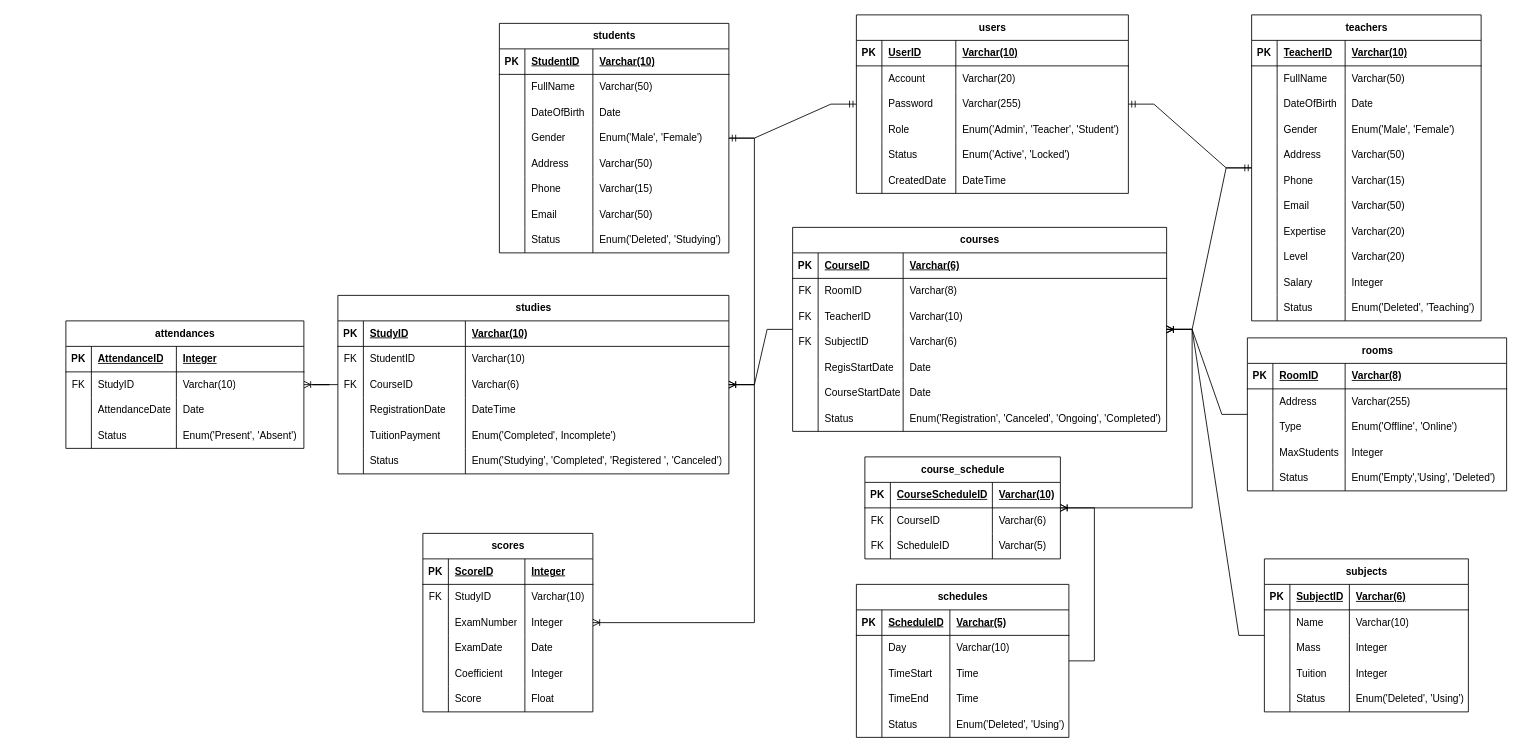
The draw.io diagram page "rdm" (2 of 3) of Describe/ERD.drawio in DatNT12052003/Project-Database-Lab, before the edit. Source tidied: cells renumbered, new cells numbered last; positions are measured from the earlier drawing's top-left corner, leaving out a move shared by most shapes. Both pictures are drawn from the tidied source at 85%, with x=0, y=0 at pixel (65, 14).
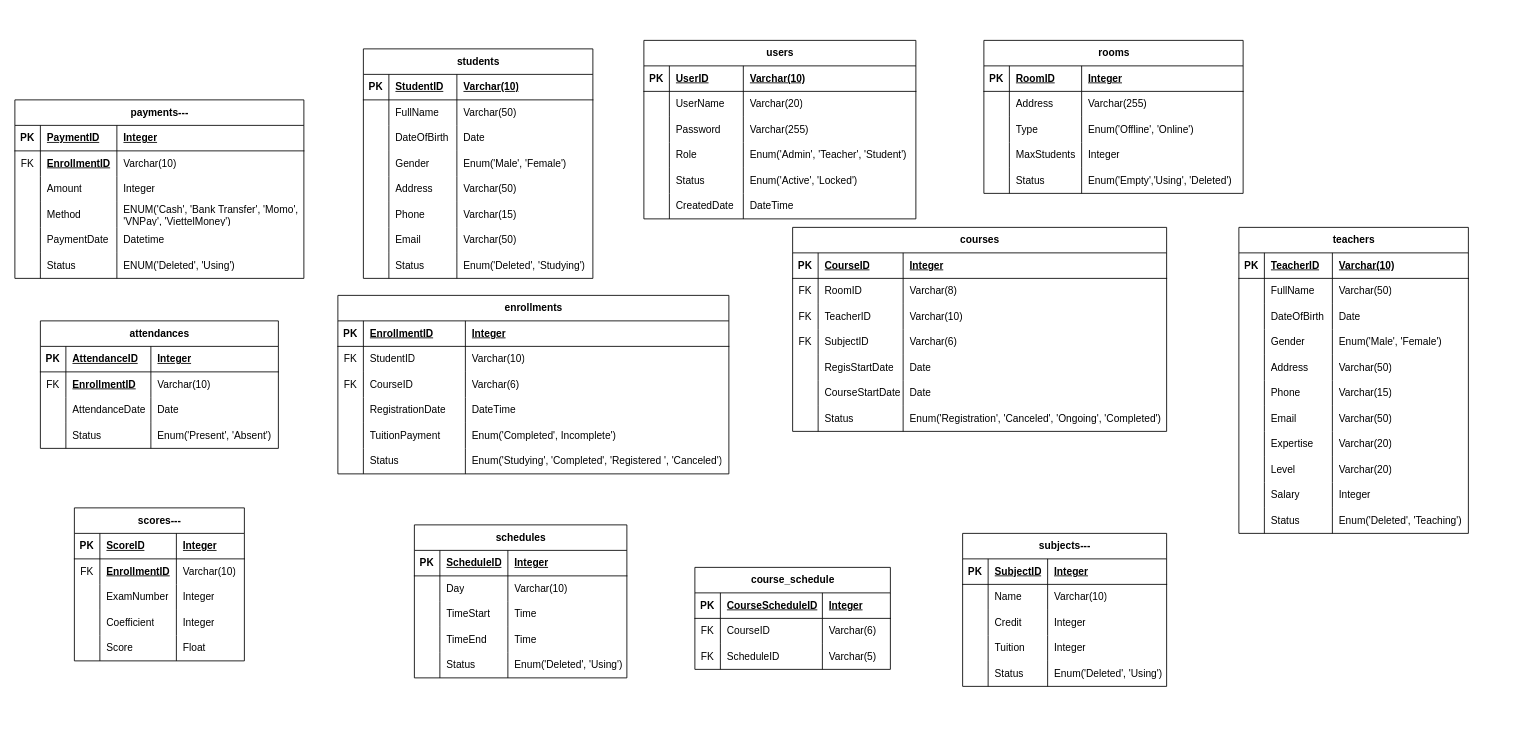
The same page after the edit.

Unchanged cells that the change refers to:
```xml
<mxCell id="80" value="courses" style="shape=table;startSize=30;childLayout=tableLayout;rowLines=0;fontStyle=1;align=center;html=1;" parent="1" vertex="1">
  <mxGeometry x="855" y="250" width="440" height="240" as="geometry" />
</mxCell>
<mxCell id="81" style="shape=tableRow;horizontal=0;startSize=0;swimlaneHead=0;swimlaneBody=0;fillColor=none;top=0;left=0;right=0;bottom=1;" parent="80" vertex="1">
  <mxGeometry y="30" width="440" height="30" as="geometry" />
</mxCell>
<mxCell id="110" style="shape=tableRow;horizontal=0;startSize=0;swimlaneHead=0;swimlaneBody=0;fillColor=none;top=0;left=0;right=0;bottom=1;" parent="109" vertex="1">
  <mxGeometry y="30" width="305" height="30" as="geometry" />
</mxCell>
<mxCell id="131" style="shape=tableRow;horizontal=0;startSize=0;swimlaneHead=0;swimlaneBody=0;fillColor=none;top=0;left=0;right=0;bottom=1;" parent="130" vertex="1">
  <mxGeometry y="30" width="250" height="30" as="geometry" />
</mxCell>
<mxCell id="152" style="shape=tableRow;horizontal=0;startSize=0;swimlaneHead=0;swimlaneBody=0;fillColor=none;top=0;left=0;right=0;bottom=1;" parent="151" vertex="1">
  <mxGeometry y="30" width="460" height="30" as="geometry" />
</mxCell>
<mxCell id="181" style="shape=tableRow;horizontal=0;startSize=0;swimlaneHead=0;swimlaneBody=0;fillColor=none;top=0;left=0;right=0;bottom=0;" parent="176" vertex="1">
  <mxGeometry y="60" width="200" height="30" as="geometry" />
</mxCell>
<mxCell id="206" style="shape=tableRow;horizontal=0;startSize=0;swimlaneHead=0;swimlaneBody=0;fillColor=none;top=0;left=0;right=0;bottom=0;" parent="201" vertex="1">
  <mxGeometry y="60" width="320" height="30" as="geometry" />
</mxCell>
<mxCell id="227" style="shape=tableRow;horizontal=0;startSize=0;swimlaneHead=0;swimlaneBody=0;fillColor=none;top=0;left=0;right=0;bottom=1;" parent="226" vertex="1">
  <mxGeometry y="30" width="240" height="30" as="geometry" />
</mxCell>
<mxCell id="235" style="shape=tableRow;horizontal=0;startSize=0;swimlaneHead=0;swimlaneBody=0;fillColor=none;top=0;left=0;right=0;bottom=0;" parent="226" vertex="1">
  <mxGeometry y="90" width="240" height="30" as="geometry" />
</mxCell>
<mxCell id="252" style="shape=tableRow;horizontal=0;startSize=0;swimlaneHead=0;swimlaneBody=0;fillColor=none;top=0;left=0;right=0;bottom=0;" parent="247" vertex="1">
  <mxGeometry y="60" width="280" height="30" as="geometry" />
</mxCell>
<mxCell id="265" style="shape=tableRow;horizontal=0;startSize=0;swimlaneHead=0;swimlaneBody=0;fillColor=none;top=0;left=0;right=0;bottom=1;" parent="264" vertex="1">
  <mxGeometry y="30" width="230" height="30" as="geometry" />
</mxCell>
```

What changed in the source:
```diff
@@
     <mxCell id="2" value="students" style="shape=table;startSize=30;childLayout=tableLayout;rowLines=0;fontStyle=1;align=center;html=1;" parent="1" vertex="1">
-      <mxGeometry x="510" y="10" width="270" height="270" as="geometry" />
+      <mxGeometry x="350" y="40" width="270" height="270" as="geometry" />
     </mxCell>
@@
     <mxCell id="35" value="teachers" style="shape=table;startSize=30;childLayout=tableLayout;rowLines=0;fontStyle=1;align=center;html=1;" parent="1" vertex="1">
-      <mxGeometry x="1395" width="270" height="360" as="geometry" />
+      <mxGeometry x="1380" y="250" width="270" height="360" as="geometry" />
     </mxCell>
@@
-    <mxCell id="84" value="Varchar(6)" style="shape=partialRectangle;fillColor=none;top=0;left=0;bottom=0;right=0;align=left;spacingLeft=6;fontStyle=5;overflow=hidden;whiteSpace=wrap;html=1;" parent="81" vertex="1">
+    <mxCell id="84" value="Integer" style="shape=partialRectangle;fillColor=none;top=0;left=0;bottom=0;right=0;align=left;spacingLeft=6;fontStyle=5;overflow=hidden;whiteSpace=wrap;html=1;" parent="81" vertex="1">
       <mxGeometry x="130" width="310" height="30" as="geometry" />
     </mxCell>
@@
     <mxCell id="109" value="rooms" style="shape=table;startSize=30;childLayout=tableLayout;rowLines=0;fontStyle=1;align=center;html=1;" parent="1" vertex="1">
-      <mxGeometry x="1390" y="380" width="305" height="180" as="geometry" />
+      <mxGeometry x="1080" y="30" width="305" height="180" as="geometry" />
     </mxCell>
@@
-    <mxCell id="113" value="Varchar(8)" style="shape=partialRectangle;fillColor=none;top=0;left=0;bottom=0;right=0;align=left;spacingLeft=6;fontStyle=5;overflow=hidden;whiteSpace=wrap;html=1;" parent="110" vertex="1">
+    <mxCell id="113" value="Integer" style="shape=partialRectangle;fillColor=none;top=0;left=0;bottom=0;right=0;align=left;spacingLeft=6;fontStyle=5;overflow=hidden;whiteSpace=wrap;html=1;" parent="110" vertex="1">
       <mxGeometry x="115" width="190" height="30" as="geometry" />
     </mxCell>
@@
     <mxCell id="130" value="schedules" style="shape=table;startSize=30;childLayout=tableLayout;rowLines=0;fontStyle=1;align=center;html=1;" parent="1" vertex="1">
-      <mxGeometry x="930" y="670" width="250" height="180" as="geometry" />
+      <mxGeometry x="410" y="600" width="250" height="180" as="geometry" />
     </mxCell>
@@
-    <mxCell id="134" value="Varchar(5)" style="shape=partialRectangle;fillColor=none;top=0;left=0;bottom=0;right=0;align=left;spacingLeft=6;fontStyle=5;overflow=hidden;whiteSpace=wrap;html=1;" parent="131" vertex="1">
+    <mxCell id="134" value="Integer" style="shape=partialRectangle;fillColor=none;top=0;left=0;bottom=0;right=0;align=left;spacingLeft=6;fontStyle=5;overflow=hidden;whiteSpace=wrap;html=1;" parent="131" vertex="1">
       <mxGeometry x="110" width="140" height="30" as="geometry" />
     </mxCell>
@@
-    <mxCell id="151" value="studies" style="shape=table;startSize=30;childLayout=tableLayout;rowLines=0;fontStyle=1;align=center;html=1;" parent="1" vertex="1">
+    <mxCell id="151" value="enrollments" style="shape=table;startSize=30;childLayout=tableLayout;rowLines=0;fontStyle=1;align=center;html=1;" parent="1" vertex="1">
       <mxGeometry x="320" y="330" width="460" height="210" as="geometry" />
     </mxCell>
@@
-    <mxCell id="154" value="StudyID" style="shape=partialRectangle;fillColor=none;top=0;left=0;bottom=0;right=0;align=left;spacingLeft=6;fontStyle=5;overflow=hidden;whiteSpace=wrap;html=1;" parent="152" vertex="1">
+    <mxCell id="154" value="EnrollmentID" style="shape=partialRectangle;fillColor=none;top=0;left=0;bottom=0;right=0;align=left;spacingLeft=6;fontStyle=5;overflow=hidden;whiteSpace=wrap;html=1;" parent="152" vertex="1">
       <mxGeometry x="30" width="120" height="30" as="geometry" />
     </mxCell>
-    <mxCell id="155" value="Varchar(10)" style="shape=partialRectangle;fillColor=none;top=0;left=0;bottom=0;right=0;align=left;spacingLeft=6;fontStyle=5;overflow=hidden;whiteSpace=wrap;html=1;" parent="152" vertex="1">
+    <mxCell id="155" value="Integer" style="shape=partialRectangle;fillColor=none;top=0;left=0;bottom=0;right=0;align=left;spacingLeft=6;fontStyle=5;overflow=hidden;whiteSpace=wrap;html=1;" parent="152" vertex="1">
       <mxGeometry x="150" width="310" height="30" as="geometry" />
     </mxCell>
@@
-    <mxCell id="176" value="scores" style="shape=table;startSize=30;childLayout=tableLayout;rowLines=0;fontStyle=1;align=center;html=1;" parent="1" vertex="1">
-      <mxGeometry x="420" y="610" width="200" height="210" as="geometry" />
+    <mxCell id="176" value="scores---" style="shape=table;startSize=30;childLayout=tableLayout;rowLines=0;fontStyle=1;align=center;html=1;" parent="1" vertex="1">
+      <mxGeometry x="10" y="580" width="200" height="180" as="geometry" />
     </mxCell>
@@
-    <mxCell id="183" value="StudyID" style="shape=partialRectangle;fillColor=none;top=0;left=0;bottom=0;right=0;align=left;spacingLeft=6;overflow=hidden;whiteSpace=wrap;html=1;" parent="181" vertex="1">
+    <mxCell id="183" value="&lt;span style=&quot;font-weight: 700; text-decoration-line: underline;&quot;&gt;EnrollmentID&lt;/span&gt;" style="shape=partialRectangle;fillColor=none;top=0;left=0;bottom=0;right=0;align=left;spacingLeft=6;overflow=hidden;whiteSpace=wrap;html=1;" parent="181" vertex="1">
       <mxGeometry x="30" width="90" height="30" as="geometry" />
     </mxCell>
@@
-    <mxCell id="189" style="shape=tableRow;horizontal=0;startSize=0;swimlaneHead=0;swimlaneBody=0;fillColor=none;top=0;left=0;right=0;bottom=0;" parent="176" vertex="1">
-      <mxGeometry y="120" width="200" height="30" as="geometry" />
-    </mxCell>
-    <mxCell id="190" style="shape=partialRectangle;fillColor=none;top=0;left=0;bottom=0;right=0;overflow=hidden;whiteSpace=wrap;html=1;" parent="189" vertex="1">
-      <mxGeometry width="30" height="30" as="geometry" />
-    </mxCell>
-    <mxCell id="191" value="ExamDate" style="shape=partialRectangle;fillColor=none;top=0;left=0;bottom=0;right=0;align=left;spacingLeft=6;overflow=hidden;whiteSpace=wrap;html=1;" parent="189" vertex="1">
-      <mxGeometry x="30" width="90" height="30" as="geometry" />
-    </mxCell>
-    <mxCell id="192" value="Date" style="shape=partialRectangle;fillColor=none;top=0;left=0;bottom=0;right=0;align=left;spacingLeft=6;overflow=hidden;whiteSpace=wrap;html=1;" parent="189" vertex="1">
-      <mxGeometry x="120" width="80" height="30" as="geometry" />
-    </mxCell>
     <mxCell id="193" style="shape=tableRow;horizontal=0;startSize=0;swimlaneHead=0;swimlaneBody=0;fillColor=none;top=0;left=0;right=0;bottom=0;" parent="176" vertex="1">
-      <mxGeometry y="150" width="200" height="30" as="geometry" />
+      <mxGeometry y="120" width="200" height="30" as="geometry" />
     </mxCell>
@@
     <mxCell id="197" style="shape=tableRow;horizontal=0;startSize=0;swimlaneHead=0;swimlaneBody=0;fillColor=none;top=0;left=0;right=0;bottom=0;" parent="176" vertex="1">
-      <mxGeometry y="180" width="200" height="30" as="geometry" />
+      <mxGeometry y="150" width="200" height="30" as="geometry" />
     </mxCell>
@@
     <mxCell id="201" value="users" style="shape=table;startSize=30;childLayout=tableLayout;rowLines=0;fontStyle=1;align=center;html=1;" parent="1" vertex="1">
-      <mxGeometry x="930" width="320" height="210" as="geometry" />
+      <mxGeometry x="680" y="30" width="320" height="210" as="geometry" />
     </mxCell>
@@
-    <mxCell id="208" value="Account" style="shape=partialRectangle;fillColor=none;top=0;left=0;bottom=0;right=0;align=left;spacingLeft=6;overflow=hidden;whiteSpace=wrap;html=1;" parent="206" vertex="1">
+    <mxCell id="208" value="UserName" style="shape=partialRectangle;fillColor=none;top=0;left=0;bottom=0;right=0;align=left;spacingLeft=6;overflow=hidden;whiteSpace=wrap;html=1;" parent="206" vertex="1">
       <mxGeometry x="30" width="87" height="30" as="geometry" />
     </mxCell>
@@
-    <mxCell id="226" value="subjects" style="shape=table;startSize=30;childLayout=tableLayout;rowLines=0;fontStyle=1;align=center;html=1;" parent="1" vertex="1">
-      <mxGeometry x="1410" y="640" width="240" height="180" as="geometry" />
+    <mxCell id="226" value="subjects---" style="shape=table;startSize=30;childLayout=tableLayout;rowLines=0;fontStyle=1;align=center;html=1;" parent="1" vertex="1">
+      <mxGeometry x="1055" y="610" width="240" height="180" as="geometry" />
     </mxCell>
@@
-    <mxCell id="230" value="Varchar(6)" style="shape=partialRectangle;fillColor=none;top=0;left=0;bottom=0;right=0;align=left;spacingLeft=6;fontStyle=5;overflow=hidden;whiteSpace=wrap;html=1;" parent="227" vertex="1">
+    <mxCell id="230" value="Integer" style="shape=partialRectangle;fillColor=none;top=0;left=0;bottom=0;right=0;align=left;spacingLeft=6;fontStyle=5;overflow=hidden;whiteSpace=wrap;html=1;" parent="227" vertex="1">
       <mxGeometry x="100" width="140" height="30" as="geometry" />
     </mxCell>
@@
-    <mxCell id="237" value="Mass" style="shape=partialRectangle;fillColor=none;top=0;left=0;bottom=0;right=0;align=left;spacingLeft=6;overflow=hidden;whiteSpace=wrap;html=1;" parent="235" vertex="1">
+    <mxCell id="237" value="Credit" style="shape=partialRectangle;fillColor=none;top=0;left=0;bottom=0;right=0;align=left;spacingLeft=6;overflow=hidden;whiteSpace=wrap;html=1;" parent="235" vertex="1">
       <mxGeometry x="30" width="70" height="30" as="geometry" />
     </mxCell>
@@
     <mxCell id="247" value="attendances" style="shape=table;startSize=30;childLayout=tableLayout;rowLines=0;fontStyle=1;align=center;html=1;" parent="1" vertex="1">
-      <mxGeometry y="360" width="280" height="150" as="geometry" />
+      <mxGeometry x="-30" y="360" width="280" height="150" as="geometry" />
     </mxCell>
@@
-    <mxCell id="254" value="&lt;span&gt;StudyID&lt;/span&gt;" style="shape=partialRectangle;fillColor=none;top=0;left=0;bottom=0;right=0;align=left;spacingLeft=6;overflow=hidden;whiteSpace=wrap;html=1;" parent="252" vertex="1">
+    <mxCell id="254" value="&lt;span style=&quot;font-weight: 700; text-decoration-line: underline;&quot;&gt;EnrollmentID&lt;/span&gt;" style="shape=partialRectangle;fillColor=none;top=0;left=0;bottom=0;right=0;align=left;spacingLeft=6;overflow=hidden;whiteSpace=wrap;html=1;" parent="252" vertex="1">
       <mxGeometry x="30" width="100" height="30" as="geometry" />
     </mxCell>
@@
     <mxCell id="264" value="course_schedule" style="shape=table;startSize=30;childLayout=tableLayout;rowLines=0;fontStyle=1;align=center;html=1;" parent="1" vertex="1">
-      <mxGeometry x="940" y="520" width="230" height="120" as="geometry" />
+      <mxGeometry x="740" y="650" width="230" height="120" as="geometry" />
     </mxCell>
@@
-    <mxCell id="268" value="Varchar(10)" style="shape=partialRectangle;fillColor=none;top=0;left=0;bottom=0;right=0;align=left;spacingLeft=6;fontStyle=5;overflow=hidden;whiteSpace=wrap;html=1;" parent="265" vertex="1">
+    <mxCell id="268" value="Integer" style="shape=partialRectangle;fillColor=none;top=0;left=0;bottom=0;right=0;align=left;spacingLeft=6;fontStyle=5;overflow=hidden;whiteSpace=wrap;html=1;" parent="265" vertex="1">
       <mxGeometry x="150" width="80" height="30" as="geometry" />
     </mxCell>
@@
-    <mxCell id="277" style="edgeStyle=entityRelationEdgeStyle;fontSize=12;html=1;endArrow=ERoneToMany;rounded=0;" parent="1" edge="1" source="2" target="151">
-      <mxGeometry relative="1" as="geometry" />
-    </mxCell>
-    <mxCell id="278" style="edgeStyle=entityRelationEdgeStyle;fontSize=12;html=1;endArrow=ERoneToMany;rounded=0;" parent="1" edge="1" source="80" target="151">
-      <mxGeometry relative="1" as="geometry" />
-    </mxCell>
-    <mxCell id="279" style="edgeStyle=entityRelationEdgeStyle;fontSize=12;html=1;endArrow=ERoneToMany;rounded=0;" parent="1" edge="1" source="151" target="247">
-      <mxGeometry relative="1" as="geometry" />
-    </mxCell>
-    <mxCell id="280" style="edgeStyle=entityRelationEdgeStyle;fontSize=12;html=1;endArrow=ERoneToMany;rounded=0;" parent="1" edge="1" source="151" target="176">
-      <mxGeometry relative="1" as="geometry" />
-    </mxCell>
-    <mxCell id="281" style="edgeStyle=entityRelationEdgeStyle;fontSize=12;html=1;endArrow=ERoneToMany;rounded=0;" parent="1" edge="1" source="35" target="80">
-      <mxGeometry relative="1" as="geometry" />
-    </mxCell>
-    <mxCell id="282" style="edgeStyle=entityRelationEdgeStyle;fontSize=12;html=1;endArrow=ERoneToMany;rounded=0;" parent="1" edge="1" source="109" target="80">
-      <mxGeometry relative="1" as="geometry" />
-    </mxCell>
-    <mxCell id="283" style="edgeStyle=entityRelationEdgeStyle;fontSize=12;html=1;endArrow=ERoneToMany;rounded=0;" parent="1" edge="1" source="80" target="264">
-      <mxGeometry relative="1" as="geometry" />
-    </mxCell>
-    <mxCell id="284" style="edgeStyle=entityRelationEdgeStyle;fontSize=12;html=1;endArrow=ERoneToMany;rounded=0;" parent="1" edge="1" source="130" target="264">
-      <mxGeometry relative="1" as="geometry" />
-    </mxCell>
-    <mxCell id="285" style="edgeStyle=entityRelationEdgeStyle;fontSize=12;html=1;endArrow=ERoneToMany;rounded=0;" parent="1" edge="1" source="226" target="80">
-      <mxGeometry relative="1" as="geometry" />
-    </mxCell>
-    <mxCell id="286" style="edgeStyle=entityRelationEdgeStyle;fontSize=12;html=1;endArrow=ERmandOne;startArrow=ERmandOne;rounded=0;" parent="1" edge="1" source="201" target="2">
-      <mxGeometry relative="1" as="geometry" />
-    </mxCell>
-    <mxCell id="287" style="edgeStyle=entityRelationEdgeStyle;fontSize=12;html=1;endArrow=ERmandOne;startArrow=ERmandOne;rounded=0;" parent="1" edge="1" source="201" target="35">
-      <mxGeometry relative="1" as="geometry" />
-    </mxCell>
+    <mxCell id="288" value="payments---" style="shape=table;startSize=30;childLayout=tableLayout;rowLines=0;fontStyle=1;align=center;html=1;" parent="1" vertex="1">
+      <mxGeometry x="-60" y="100" width="340" height="210" as="geometry" />
+    </mxCell>
+    <mxCell id="289" style="shape=tableRow;horizontal=0;startSize=0;swimlaneHead=0;swimlaneBody=0;fillColor=none;top=0;left=0;right=0;bottom=1;" parent="288" vertex="1">
+      <mxGeometry y="30" width="340" height="30" as="geometry" />
+    </mxCell>
+    <mxCell id="290" value="PK" style="shape=partialRectangle;fillColor=none;top=0;left=0;bottom=0;right=0;fontStyle=1;overflow=hidden;whiteSpace=wrap;html=1;" parent="289" vertex="1">
+      <mxGeometry width="30" height="30" as="geometry" />
+    </mxCell>
+    <mxCell id="291" value="PaymentID" style="shape=partialRectangle;fillColor=none;top=0;left=0;bottom=0;right=0;align=left;spacingLeft=6;fontStyle=5;overflow=hidden;whiteSpace=wrap;html=1;" parent="289" vertex="1">
+      <mxGeometry x="30" width="90" height="30" as="geometry" />
+    </mxCell>
+    <mxCell id="292" value="Integer" style="shape=partialRectangle;fillColor=none;top=0;left=0;bottom=0;right=0;align=left;spacingLeft=6;fontStyle=5;overflow=hidden;whiteSpace=wrap;html=1;" parent="289" vertex="1">
+      <mxGeometry x="120" width="220" height="30" as="geometry" />
+    </mxCell>
+    <mxCell id="293" style="shape=tableRow;horizontal=0;startSize=0;swimlaneHead=0;swimlaneBody=0;fillColor=none;top=0;left=0;right=0;bottom=0;" parent="288" vertex="1">
+      <mxGeometry y="60" width="340" height="30" as="geometry" />
+    </mxCell>
+    <mxCell id="294" value="FK" style="shape=partialRectangle;fillColor=none;top=0;left=0;bottom=0;right=0;overflow=hidden;whiteSpace=wrap;html=1;" parent="293" vertex="1">
+      <mxGeometry width="30" height="30" as="geometry" />
+    </mxCell>
+    <mxCell id="295" value="&lt;span style=&quot;font-weight: 700; text-decoration-line: underline;&quot;&gt;EnrollmentID&lt;/span&gt;" style="shape=partialRectangle;fillColor=none;top=0;left=0;bottom=0;right=0;align=left;spacingLeft=6;overflow=hidden;whiteSpace=wrap;html=1;" parent="293" vertex="1">
+      <mxGeometry x="30" width="90" height="30" as="geometry" />
+    </mxCell>
+    <mxCell id="296" value="Varchar(10)" style="shape=partialRectangle;fillColor=none;top=0;left=0;bottom=0;right=0;align=left;spacingLeft=6;overflow=hidden;whiteSpace=wrap;html=1;" parent="293" vertex="1">
+      <mxGeometry x="120" width="220" height="30" as="geometry" />
+    </mxCell>
+    <mxCell id="297" style="shape=tableRow;horizontal=0;startSize=0;swimlaneHead=0;swimlaneBody=0;fillColor=none;top=0;left=0;right=0;bottom=0;" parent="288" vertex="1">
+      <mxGeometry y="90" width="340" height="30" as="geometry" />
+    </mxCell>
+    <mxCell id="298" style="shape=partialRectangle;fillColor=none;top=0;left=0;bottom=0;right=0;overflow=hidden;whiteSpace=wrap;html=1;" parent="297" vertex="1">
+      <mxGeometry width="30" height="30" as="geometry" />
+    </mxCell>
+    <mxCell id="299" value="Amount" style="shape=partialRectangle;fillColor=none;top=0;left=0;bottom=0;right=0;align=left;spacingLeft=6;overflow=hidden;whiteSpace=wrap;html=1;" parent="297" vertex="1">
+      <mxGeometry x="30" width="90" height="30" as="geometry" />
+    </mxCell>
+    <mxCell id="300" value="Integer" style="shape=partialRectangle;fillColor=none;top=0;left=0;bottom=0;right=0;align=left;spacingLeft=6;overflow=hidden;whiteSpace=wrap;html=1;" parent="297" vertex="1">
+      <mxGeometry x="120" width="220" height="30" as="geometry" />
+    </mxCell>
+    <mxCell id="301" style="shape=tableRow;horizontal=0;startSize=0;swimlaneHead=0;swimlaneBody=0;fillColor=none;top=0;left=0;right=0;bottom=0;" parent="288" vertex="1">
+      <mxGeometry y="120" width="340" height="30" as="geometry" />
+    </mxCell>
+    <mxCell id="302" style="shape=partialRectangle;fillColor=none;top=0;left=0;bottom=0;right=0;overflow=hidden;whiteSpace=wrap;html=1;" parent="301" vertex="1">
+      <mxGeometry width="30" height="30" as="geometry" />
+    </mxCell>
+    <mxCell id="303" value="Method" style="shape=partialRectangle;fillColor=none;top=0;left=0;bottom=0;right=0;align=left;spacingLeft=6;overflow=hidden;whiteSpace=wrap;html=1;" parent="301" vertex="1">
+      <mxGeometry x="30" width="90" height="30" as="geometry" />
+    </mxCell>
+    <mxCell id="304" value="ENUM('Cash', 'Bank Transfer', 'Momo', 'VNPay', 'ViettelMoney')" style="shape=partialRectangle;fillColor=none;top=0;left=0;bottom=0;right=0;align=left;spacingLeft=6;overflow=hidden;whiteSpace=wrap;html=1;" parent="301" vertex="1">
+      <mxGeometry x="120" width="220" height="30" as="geometry" />
+    </mxCell>
+    <mxCell id="305" style="shape=tableRow;horizontal=0;startSize=0;swimlaneHead=0;swimlaneBody=0;fillColor=none;top=0;left=0;right=0;bottom=0;" parent="288" vertex="1">
+      <mxGeometry y="150" width="340" height="30" as="geometry" />
+    </mxCell>
+    <mxCell id="306" style="shape=partialRectangle;fillColor=none;top=0;left=0;bottom=0;right=0;overflow=hidden;whiteSpace=wrap;html=1;" parent="305" vertex="1">
+      <mxGeometry width="30" height="30" as="geometry" />
+    </mxCell>
+    <mxCell id="307" value="PaymentDate" style="shape=partialRectangle;fillColor=none;top=0;left=0;bottom=0;right=0;align=left;spacingLeft=6;overflow=hidden;whiteSpace=wrap;html=1;" parent="305" vertex="1">
+      <mxGeometry x="30" width="90" height="30" as="geometry" />
+    </mxCell>
+    <mxCell id="308" value="Datetime" style="shape=partialRectangle;fillColor=none;top=0;left=0;bottom=0;right=0;align=left;spacingLeft=6;overflow=hidden;whiteSpace=wrap;html=1;" parent="305" vertex="1">
+      <mxGeometry x="120" width="220" height="30" as="geometry" />
+    </mxCell>
+    <mxCell id="309" style="shape=tableRow;horizontal=0;startSize=0;swimlaneHead=0;swimlaneBody=0;fillColor=none;top=0;left=0;right=0;bottom=0;" parent="288" vertex="1">
+      <mxGeometry y="180" width="340" height="30" as="geometry" />
+    </mxCell>
+    <mxCell id="310" style="shape=partialRectangle;fillColor=none;top=0;left=0;bottom=0;right=0;overflow=hidden;whiteSpace=wrap;html=1;" parent="309" vertex="1">
+      <mxGeometry width="30" height="30" as="geometry" />
+    </mxCell>
+    <mxCell id="311" value="Status" style="shape=partialRectangle;fillColor=none;top=0;left=0;bottom=0;right=0;align=left;spacingLeft=6;overflow=hidden;whiteSpace=wrap;html=1;" parent="309" vertex="1">
+      <mxGeometry x="30" width="90" height="30" as="geometry" />
+    </mxCell>
+    <mxCell id="312" value="ENUM('Deleted', 'Using')" style="shape=partialRectangle;fillColor=none;top=0;left=0;bottom=0;right=0;align=left;spacingLeft=6;overflow=hidden;whiteSpace=wrap;html=1;" parent="309" vertex="1">
+      <mxGeometry x="120" width="220" height="30" as="geometry" />
+    </mxCell>
```
